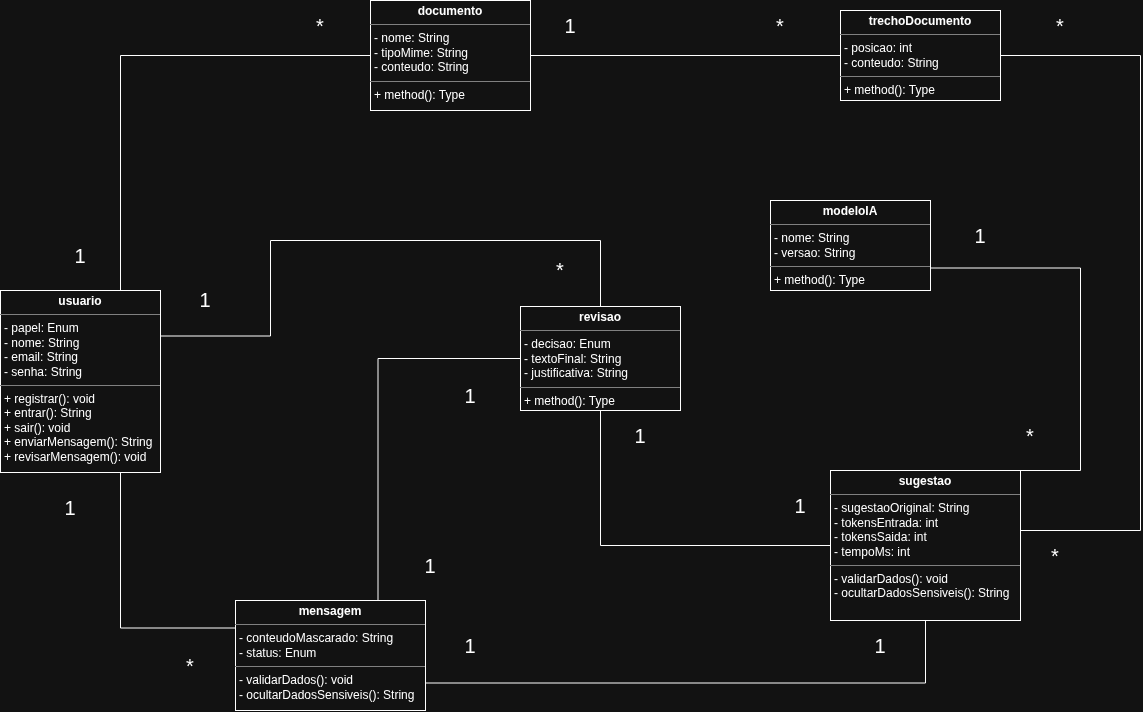
The draw.io diagram backend/docs/diagrama-de-classes.png in kaue0000/teaH, before a commit. Source tidied: cells renumbered, new cells last; positions are measured from the earlier drawing's top-left corner, leaving out a move shared by most shapes.
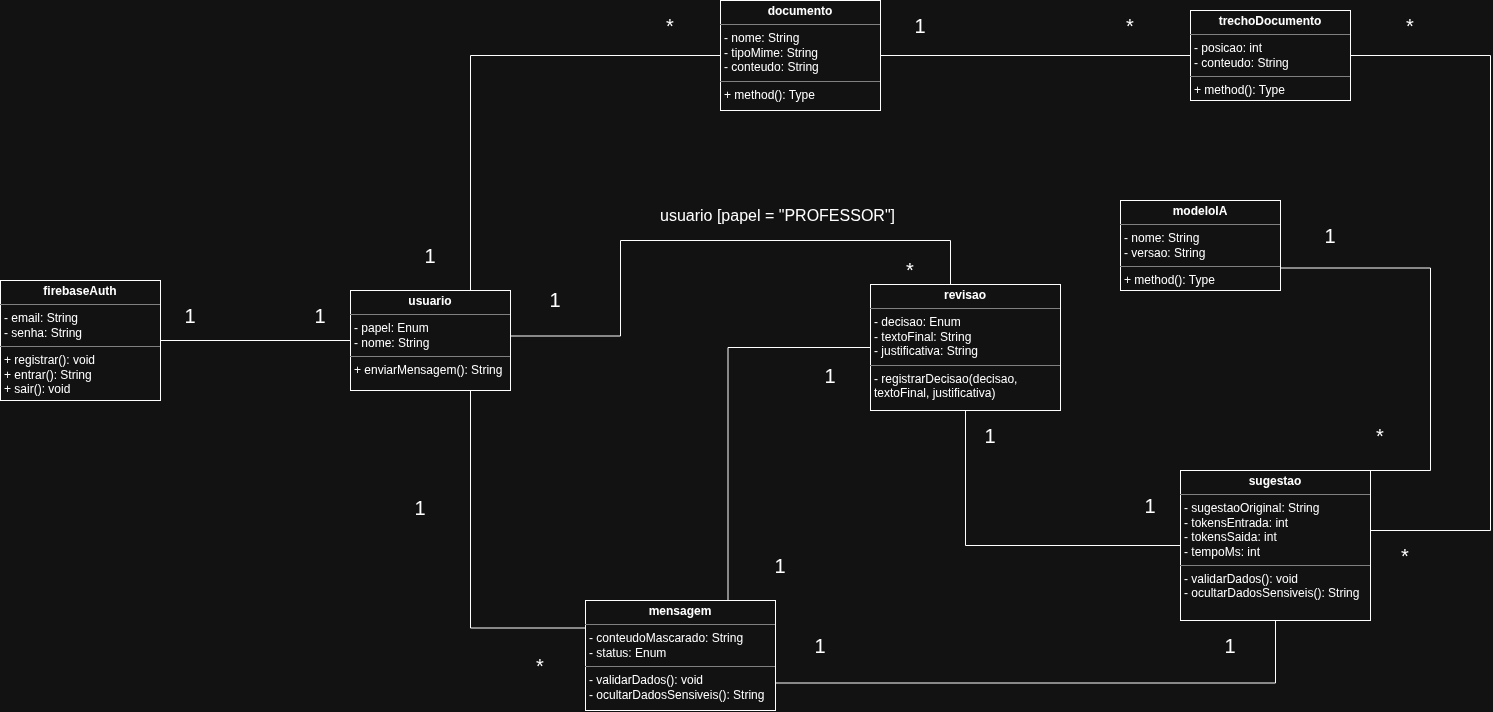
After the commit.

Commit message:
docs: Adiciona tabela firebase Auth no diagrama

The edit, as a diff of the source:
```diff
@@ -83,7 +83,7 @@
       <mxGeometry x="440" y="630" width="60" height="30" as="geometry" />
     </mxCell>
     <mxCell id="23" value="&lt;font style=&quot;font-size: 20px;&quot;&gt;1&lt;/font&gt;" style="text;html=1;whiteSpace=wrap;strokeColor=none;fillColor=none;align=center;verticalAlign=middle;rounded=0;" parent="1" vertex="1">
-      <mxGeometry x="440" y="380" width="60" height="30" as="geometry" />
+      <mxGeometry x="450" y="360" width="60" height="30" as="geometry" />
     </mxCell>
     <mxCell id="24" value="&lt;font style=&quot;font-size: 20px;&quot;&gt;1&lt;/font&gt;" style="text;html=1;whiteSpace=wrap;strokeColor=none;fillColor=none;align=center;verticalAlign=middle;rounded=0;" parent="1" vertex="1">
       <mxGeometry x="400" y="550" width="60" height="30" as="geometry" />
@@ -94,8 +94,8 @@
     <mxCell id="26" value="&lt;font style=&quot;font-size: 20px;&quot;&gt;1&lt;/font&gt;" style="text;html=1;whiteSpace=wrap;strokeColor=none;fillColor=none;align=center;verticalAlign=middle;rounded=0;" parent="1" vertex="1">
       <mxGeometry x="175" y="284" width="60" height="30" as="geometry" />
     </mxCell>
-    <mxCell id="27" value="&lt;p style=&quot;margin:0px;margin-top:4px;text-align:center;&quot;&gt;&lt;b&gt;usuario&lt;/b&gt;&lt;/p&gt;&lt;hr size=&quot;1&quot; style=&quot;border-style:solid;&quot;&gt;&lt;p style=&quot;margin:0px;margin-left:4px;&quot;&gt;- papel: Enum&lt;/p&gt;&lt;p style=&quot;margin:0px;margin-left:4px;&quot;&gt;- nome: String&lt;/p&gt;&lt;p style=&quot;margin:0px;margin-left:4px;&quot;&gt;- email: String&lt;/p&gt;&lt;p style=&quot;margin:0px;margin-left:4px;&quot;&gt;- senha: String&lt;/p&gt;&lt;hr size=&quot;1&quot; style=&quot;border-style:solid;&quot;&gt;&lt;p style=&quot;margin:0px;margin-left:4px;&quot;&gt;+ registrar(): void&lt;/p&gt;&lt;p style=&quot;margin:0px;margin-left:4px;&quot;&gt;+ entrar(): String&lt;/p&gt;&lt;p style=&quot;margin:0px;margin-left:4px;&quot;&gt;+ sair(): void&lt;/p&gt;&lt;p style=&quot;margin:0px;margin-left:4px;&quot;&gt;+ enviarMensagem(): String&lt;/p&gt;&lt;p style=&quot;margin:0px;margin-left:4px;&quot;&gt;+ revisarMensagem(): void&lt;/p&gt;&lt;p style=&quot;margin:0px;margin-left:4px;&quot;&gt;&lt;br&gt;&lt;/p&gt;" style="verticalAlign=top;align=left;overflow=fill;html=1;whiteSpace=wrap;" parent="1" vertex="1">
-      <mxGeometry y="290" width="160" height="182" as="geometry" />
+    <mxCell id="27" value="&lt;p style=&quot;margin:0px;margin-top:4px;text-align:center;&quot;&gt;&lt;b&gt;usuario&lt;/b&gt;&lt;/p&gt;&lt;hr size=&quot;1&quot; style=&quot;border-style:solid;&quot;&gt;&lt;p style=&quot;margin:0px;margin-left:4px;&quot;&gt;- papel: Enum&lt;/p&gt;&lt;p style=&quot;margin:0px;margin-left:4px;&quot;&gt;- nome: String&lt;/p&gt;&lt;hr size=&quot;1&quot; style=&quot;border-style:solid;&quot;&gt;&lt;p style=&quot;margin:0px;margin-left:4px;&quot;&gt;&lt;span style=&quot;background-color: transparent; color: light-dark(#000000, var(--ge-light-color, #ffffff));&quot;&gt;+ enviarMensagem(): String&lt;/span&gt;&lt;/p&gt;" style="verticalAlign=top;align=left;overflow=fill;html=1;whiteSpace=wrap;" parent="1" vertex="1">
+      <mxGeometry y="290" width="160" height="100" as="geometry" />
     </mxCell>
     <mxCell id="28" value="&lt;p style=&quot;margin:0px;margin-top:4px;text-align:center;&quot;&gt;&lt;b&gt;documento&lt;/b&gt;&lt;/p&gt;&lt;hr size=&quot;1&quot; style=&quot;border-style:solid;&quot;&gt;&lt;p style=&quot;margin:0px;margin-left:4px;&quot;&gt;- nome: String&lt;/p&gt;&lt;p style=&quot;margin:0px;margin-left:4px;&quot;&gt;-&lt;span style=&quot;background-color: transparent; color: light-dark(#000000, var(--ge-light-color, #ffffff));&quot;&gt;&amp;nbsp;tipoMime: String&lt;/span&gt;&lt;/p&gt;&lt;p style=&quot;margin:0px;margin-left:4px;&quot;&gt;- conteudo: String&lt;/p&gt;&lt;hr size=&quot;1&quot; style=&quot;border-style:solid;&quot;&gt;&lt;p style=&quot;margin:0px;margin-left:4px;&quot;&gt;+ method(): Type&lt;/p&gt;&lt;p style=&quot;margin:0px;margin-left:4px;&quot;&gt;&lt;br&gt;&lt;/p&gt;" style="verticalAlign=top;align=left;overflow=fill;html=1;whiteSpace=wrap;" parent="1" vertex="1">
       <mxGeometry x="370" width="160" height="110" as="geometry" />
@@ -106,8 +106,8 @@
     <mxCell id="30" style="edgeStyle=orthogonalEdgeStyle;rounded=0;jettySize=auto;html=1;entryX=0;entryY=0.5;entryDx=0;entryDy=0;defaultLabelBackgroundColor=page;labelPadding=0 4;endArrow=none;endFill=0;exitX=0.5;exitY=1;exitDx=0;exitDy=0;" parent="1" edge="1" source="31" target="34">
       <mxGeometry relative="1" as="geometry" />
     </mxCell>
-    <mxCell id="31" value="&lt;p style=&quot;margin:0px;margin-top:4px;text-align:center;&quot;&gt;&lt;b&gt;revisao&lt;/b&gt;&lt;/p&gt;&lt;hr size=&quot;1&quot; style=&quot;border-style:solid;&quot;&gt;&lt;p style=&quot;margin:0px;margin-left:4px;&quot;&gt;- decisao: Enum&lt;/p&gt;&lt;p style=&quot;margin:0px;margin-left:4px;&quot;&gt;- textoFinal: String&lt;/p&gt;&lt;p style=&quot;margin:0px;margin-left:4px;&quot;&gt;- justificativa: String&lt;/p&gt;&lt;hr size=&quot;1&quot; style=&quot;border-style:solid;&quot;&gt;&lt;p style=&quot;margin:0px;margin-left:4px;&quot;&gt;+ method(): Type&lt;/p&gt;&lt;p style=&quot;margin:0px;margin-left:4px;&quot;&gt;&lt;br&gt;&lt;/p&gt;" style="verticalAlign=top;align=left;overflow=fill;html=1;whiteSpace=wrap;" parent="1" vertex="1">
-      <mxGeometry x="520" y="306" width="160" height="104" as="geometry" />
+    <mxCell id="31" value="&lt;p style=&quot;margin:0px;margin-top:4px;text-align:center;&quot;&gt;&lt;b&gt;revisao&lt;/b&gt;&lt;/p&gt;&lt;hr size=&quot;1&quot; style=&quot;border-style:solid;&quot;&gt;&lt;p style=&quot;margin:0px;margin-left:4px;&quot;&gt;- decisao: Enum&lt;/p&gt;&lt;p style=&quot;margin:0px;margin-left:4px;&quot;&gt;- textoFinal: String&lt;/p&gt;&lt;p style=&quot;margin:0px;margin-left:4px;&quot;&gt;- justificativa: String&lt;/p&gt;&lt;hr size=&quot;1&quot; style=&quot;border-style:solid;&quot;&gt;&lt;p style=&quot;margin:0px;margin-left:4px;&quot;&gt;&lt;font&gt;-&amp;nbsp;&lt;span style=&quot;white-space: pre-wrap;&quot;&gt;&lt;font face=&quot;Helvetica&quot;&gt;registrarDecisao(decisao, textoFinal, justificativa)&lt;/font&gt;&lt;/span&gt;&lt;/font&gt;&lt;/p&gt;" style="verticalAlign=top;align=left;overflow=fill;html=1;whiteSpace=wrap;" parent="1" vertex="1">
+      <mxGeometry x="520" y="284" width="190" height="126" as="geometry" />
     </mxCell>
     <mxCell id="32" style="edgeStyle=orthogonalEdgeStyle;rounded=0;orthogonalLoop=1;jettySize=auto;html=1;innerLoopWaypoints=1;exitX=0.5;exitY=1;exitDx=0;exitDy=0;defaultLabelBackgroundColor=page;labelPadding=0 4;" parent="1" edge="1" source="23" target="23">
       <mxGeometry relative="1" as="geometry" />
@@ -127,5 +127,20 @@
     <mxCell id="37" value="&lt;p style=&quot;margin:0px;margin-top:4px;text-align:center;&quot;&gt;&lt;b&gt;trechoDocumento&lt;/b&gt;&lt;/p&gt;&lt;hr size=&quot;1&quot; style=&quot;border-style:solid;&quot;&gt;&lt;p style=&quot;margin:0px;margin-left:4px;&quot;&gt;- posicao: int&lt;/p&gt;&lt;p style=&quot;margin:0px;margin-left:4px;&quot;&gt;-&lt;span style=&quot;background-color: transparent; color: light-dark(#000000, var(--ge-light-color, #ffffff));&quot;&gt;&amp;nbsp;conteudo: String&lt;/span&gt;&lt;/p&gt;&lt;hr size=&quot;1&quot; style=&quot;border-style:solid;&quot;&gt;&lt;p style=&quot;margin:0px;margin-left:4px;&quot;&gt;+ method(): Type&lt;/p&gt;&lt;p style=&quot;margin:0px;margin-left:4px;&quot;&gt;&lt;br&gt;&lt;/p&gt;" style="verticalAlign=top;align=left;overflow=fill;html=1;whiteSpace=wrap;" parent="1" vertex="1">
       <mxGeometry x="840" y="10" width="160" height="90" as="geometry" />
     </mxCell>
+    <mxCell id="38" value="&lt;font style=&quot;font-size: 16px;&quot;&gt;usuario [papel = &quot;PROFESSOR&quot;]&lt;/font&gt;" style="text;html=1;whiteSpace=wrap;strokeColor=none;fillColor=none;align=center;verticalAlign=middle;rounded=0;" parent="1" vertex="1">
+      <mxGeometry x="235" y="200" width="385" height="30" as="geometry" />
+    </mxCell>
+    <mxCell id="39" style="edgeStyle=orthogonalEdgeStyle;rounded=0;jettySize=auto;html=1;entryX=0;entryY=0.5;entryDx=0;entryDy=0;defaultLabelBackgroundColor=page;labelPadding=0 4;endArrow=none;endFill=0;" parent="1" edge="1" source="40" target="27">
+      <mxGeometry relative="1" as="geometry" />
+    </mxCell>
+    <mxCell id="40" value="&lt;p style=&quot;margin:0px;margin-top:4px;text-align:center;&quot;&gt;&lt;b&gt;firebaseAuth&lt;/b&gt;&lt;/p&gt;&lt;hr size=&quot;1&quot; style=&quot;border-style:solid;&quot;&gt;&lt;p style=&quot;margin:0px;margin-left:4px;&quot;&gt;-&amp;nbsp;&lt;span style=&quot;background-color: transparent; color: light-dark(#000000, var(--ge-light-color, #ffffff));&quot;&gt;email: String&lt;/span&gt;&lt;br&gt;&lt;/p&gt;&lt;p style=&quot;margin: 0px 0px 0px 4px;&quot;&gt;- senha: String&lt;/p&gt;&lt;hr size=&quot;1&quot; style=&quot;border-style:solid;&quot;&gt;&lt;p style=&quot;margin:0px;margin-left:4px;&quot;&gt;+ registrar(): void&lt;/p&gt;&lt;p style=&quot;margin:0px;margin-left:4px;&quot;&gt;+ entrar(): String&lt;/p&gt;&lt;p style=&quot;margin:0px;margin-left:4px;&quot;&gt;+ sair(): void&lt;/p&gt;" style="verticalAlign=top;align=left;overflow=fill;html=1;whiteSpace=wrap;" parent="1" vertex="1">
+      <mxGeometry x="-350" y="280" width="160" height="120" as="geometry" />
+    </mxCell>
+    <mxCell id="41" value="&lt;font style=&quot;font-size: 20px;&quot;&gt;1&lt;/font&gt;" style="text;html=1;whiteSpace=wrap;strokeColor=none;fillColor=none;align=center;verticalAlign=middle;rounded=0;" parent="1" vertex="1">
+      <mxGeometry x="-190" y="300" width="60" height="30" as="geometry" />
+    </mxCell>
+    <mxCell id="42" value="&lt;font style=&quot;font-size: 20px;&quot;&gt;1&lt;/font&gt;" style="text;html=1;whiteSpace=wrap;strokeColor=none;fillColor=none;align=center;verticalAlign=middle;rounded=0;" parent="1" vertex="1">
+      <mxGeometry x="-60" y="300" width="60" height="30" as="geometry" />
+    </mxCell>
   </root>
 </mxGraphModel>
```
